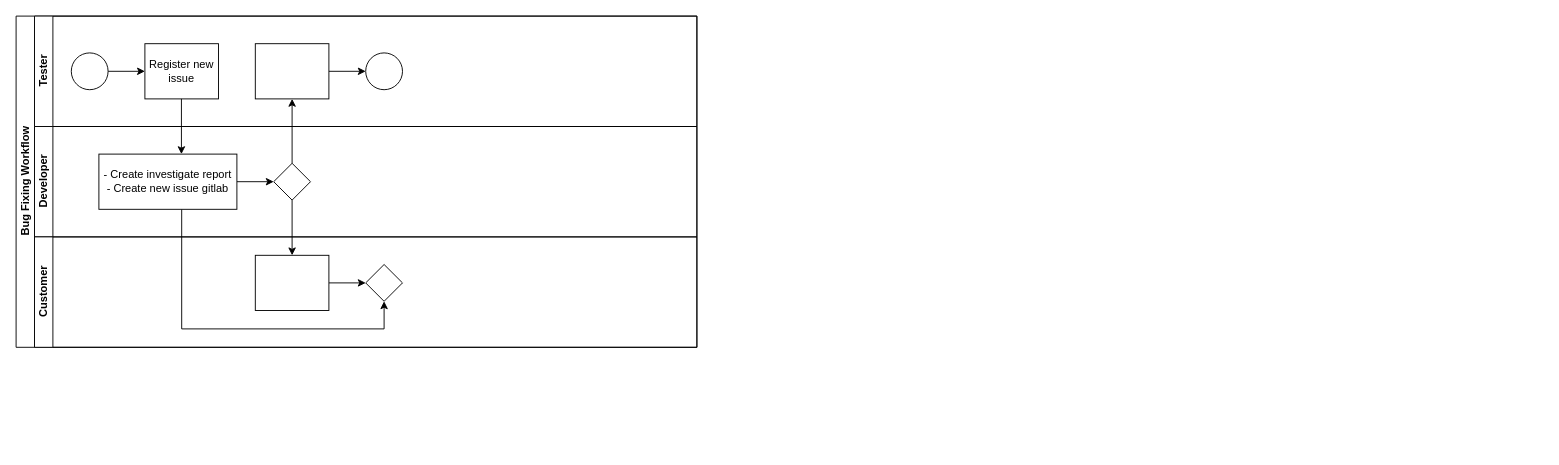
Above: Untitled Diagram.drawio in hueanmy/angularjs-doc (draw.io), before the change. Source tidied: cells renumbered, new cells numbered last; positions are measured from the earlier drawing's top-left corner, leaving out a move shared by most shapes. Both pictures are drawn from the tidied source at 92%, with x=0, y=0 at pixel (16, 16).
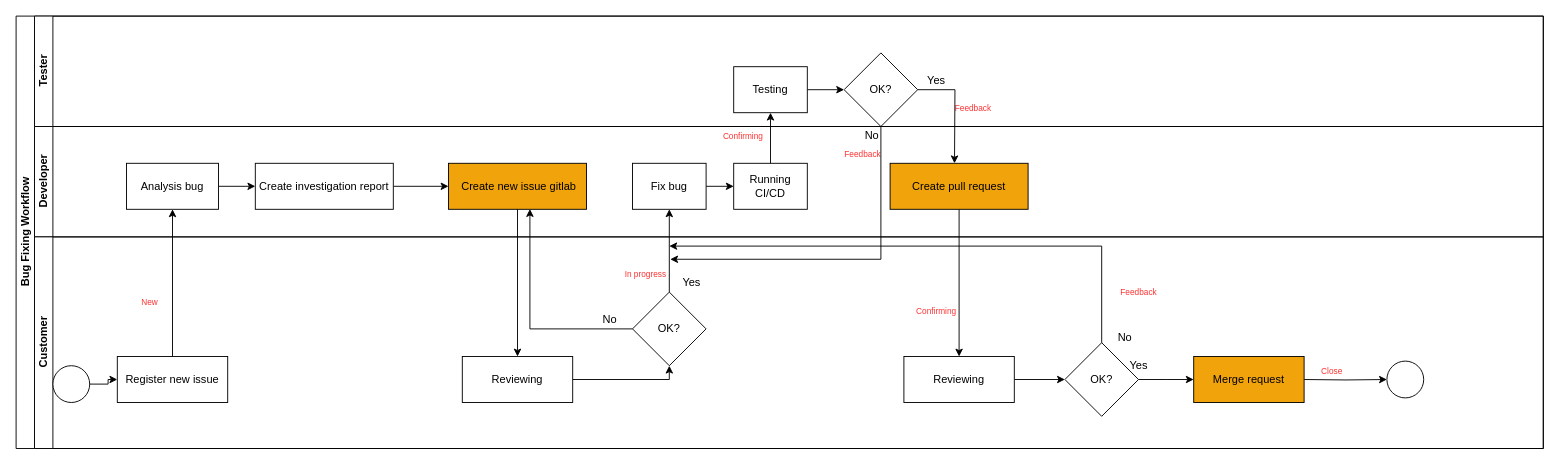
After the change.

Change to the diagram source:
```diff
@@
     <mxCell id="2" value="Bug Fixing Workflow" style="swimlane;html=1;horizontal=0;startSize=20;" parent="1" vertex="1">
-      <mxGeometry width="740" height="360" as="geometry" />
+      <mxGeometry width="1660" height="470" as="geometry" />
     </mxCell>
-    <mxCell id="3" style="edgeStyle=orthogonalEdgeStyle;rounded=0;jettySize=auto;html=1;endArrow=classic;endFill=1;" parent="2" edge="1" source="17" target="11">
-      <mxGeometry relative="1" as="geometry" />
-    </mxCell>
-    <mxCell id="4" style="edgeStyle=orthogonalEdgeStyle;rounded=0;jettySize=auto;html=1;endArrow=classic;endFill=1;" parent="2" edge="1" source="17" target="20">
-      <mxGeometry relative="1" as="geometry" />
-    </mxCell>
-    <mxCell id="5" style="edgeStyle=orthogonalEdgeStyle;rounded=0;jettySize=auto;html=1;endArrow=classic;endFill=1;" parent="2" edge="1" source="16" target="21">
-      <mxGeometry relative="1" as="geometry">
-        <Array as="points">
-          <mxPoint x="180" y="340" />
-          <mxPoint x="400" y="340" />
-        </Array>
-      </mxGeometry>
-    </mxCell>
     <mxCell id="6" value="Tester" style="swimlane;html=1;startSize=20;horizontal=0;" parent="2" vertex="1">
-      <mxGeometry x="20" width="720" height="120" as="geometry" />
+      <mxGeometry x="20" width="1640" height="120" as="geometry" />
     </mxCell>
+    <mxCell id="22" value="OK?" style="rhombus;whiteSpace=wrap;html=1;" parent="6" vertex="1">
+      <mxGeometry x="880" y="40" width="80" height="80" as="geometry" />
+    </mxCell>
+    <mxCell id="23" value="&lt;font style=&quot;font-size: 9px&quot; color=&quot;#ff3333&quot;&gt;Feedback&lt;/font&gt;" style="text;html=1;align=center;verticalAlign=middle;" parent="6" vertex="1">
+      <mxGeometry x="990" y="90" width="60" height="20" as="geometry" />
+    </mxCell>
+    <mxCell id="24" style="edgeStyle=orthogonalEdgeStyle;rounded=0;jettySize=auto;html=1;exitX=1;exitY=0.5;exitDx=0;exitDy=0;entryX=0;entryY=0.5;entryDx=0;entryDy=0;fontColor=#CC6600;" parent="6" edge="1" source="25" target="22">
+      <mxGeometry relative="1" as="geometry" />
+    </mxCell>
+    <mxCell id="25" value="Testing" style="rounded=0;whiteSpace=wrap;html=1;fontFamily=Helvetica;fontSize=12;fontColor=#000000;align=center;" parent="6" vertex="1">
+      <mxGeometry x="760" y="55" width="80" height="50" as="geometry" />
+    </mxCell>
+    <mxCell id="26" style="edgeStyle=orthogonalEdgeStyle;rounded=0;jettySize=auto;html=1;exitX=1;exitY=0.5;exitDx=0;exitDy=0;" parent="2" edge="1" source="22">
+      <mxGeometry relative="1" as="geometry">
+        <mxPoint x="1020" y="160" as="targetPoint" />
+      </mxGeometry>
+    </mxCell>
+    <mxCell id="27" style="edgeStyle=orthogonalEdgeStyle;rounded=0;jettySize=auto;html=1;" parent="2" edge="1" source="35" target="47">
+      <mxGeometry relative="1" as="geometry" />
+    </mxCell>
+    <mxCell id="14" value="Developer" style="swimlane;html=1;startSize=20;horizontal=0;labelBackgroundColor=#ffffff;" parent="2" vertex="1">
+      <mxGeometry x="20" y="120" width="1640" height="120" as="geometry" />
+    </mxCell>
+    <mxCell id="16" value="&amp;nbsp;Create new issue gitlab" style="rounded=0;whiteSpace=wrap;html=1;fontFamily=Helvetica;fontSize=12;fontColor=#000000;align=center;fillColor=#F0A30A;" parent="14" vertex="1">
+      <mxGeometry x="450" y="40" width="150" height="50" as="geometry" />
+    </mxCell>
+    <mxCell id="28" style="edgeStyle=orthogonalEdgeStyle;rounded=0;jettySize=auto;html=1;exitX=1;exitY=0.5;exitDx=0;exitDy=0;entryX=0;entryY=0.5;entryDx=0;entryDy=0;fontColor=#CC6600;" parent="14" edge="1" source="29" target="36">
+      <mxGeometry relative="1" as="geometry" />
+    </mxCell>
+    <mxCell id="29" value="Fix bug" style="rounded=0;whiteSpace=wrap;html=1;fontFamily=Helvetica;fontSize=12;fontColor=#000000;align=center;" parent="14" vertex="1">
+      <mxGeometry x="650" y="40" width="80" height="50" as="geometry" />
+    </mxCell>
+    <mxCell id="30" style="edgeStyle=orthogonalEdgeStyle;rounded=0;jettySize=auto;html=1;exitX=1;exitY=0.5;exitDx=0;exitDy=0;entryX=0;entryY=0.5;entryDx=0;entryDy=0;fontColor=#000000;" parent="14" edge="1" source="31" target="34">
+      <mxGeometry relative="1" as="geometry" />
+    </mxCell>
+    <mxCell id="31" value="Analysis bug" style="rounded=0;whiteSpace=wrap;html=1;fontFamily=Helvetica;fontSize=12;fontColor=#000000;align=center;" parent="14" vertex="1">
+      <mxGeometry x="100" y="40" width="100" height="50" as="geometry" />
+    </mxCell>
+    <mxCell id="32" value="&lt;font style=&quot;font-size: 9px&quot; color=&quot;#ff3333&quot;&gt;Feedback&lt;/font&gt;" style="text;html=1;align=center;verticalAlign=middle;" parent="14" vertex="1">
+      <mxGeometry x="870" y="20" width="60" height="20" as="geometry" />
+    </mxCell>
+    <mxCell id="33" style="edgeStyle=orthogonalEdgeStyle;rounded=0;jettySize=auto;html=1;exitX=1;exitY=0.5;exitDx=0;exitDy=0;fontColor=#000000;" parent="14" edge="1" source="34" target="16">
+      <mxGeometry relative="1" as="geometry" />
+    </mxCell>
+    <mxCell id="34" value="Create investigation report" style="rounded=0;whiteSpace=wrap;html=1;fontFamily=Helvetica;fontSize=12;fontColor=#000000;align=center;" parent="14" vertex="1">
+      <mxGeometry x="240" y="40" width="150" height="50" as="geometry" />
+    </mxCell>
+    <mxCell id="35" value="Create pull request" style="rounded=0;whiteSpace=wrap;html=1;fontFamily=Helvetica;fontSize=12;fontColor=#000000;align=center;fillColor=#F0A30A;" parent="14" vertex="1">
+      <mxGeometry x="930" y="40" width="150" height="50" as="geometry" />
+    </mxCell>
+    <mxCell id="36" value="Running CI/CD" style="rounded=0;whiteSpace=wrap;html=1;fontFamily=Helvetica;fontSize=12;fontColor=#000000;align=center;" parent="14" vertex="1">
+      <mxGeometry x="760" y="40" width="80" height="50" as="geometry" />
+    </mxCell>
+    <mxCell id="37" value="&lt;font style=&quot;font-size: 9px&quot; color=&quot;#ff3333&quot;&gt;Confirming&lt;/font&gt;" style="text;html=1;align=center;verticalAlign=middle;" parent="14" vertex="1">
+      <mxGeometry x="740" width="60" height="20" as="geometry" />
+    </mxCell>
+    <mxCell id="38" style="edgeStyle=orthogonalEdgeStyle;rounded=0;jettySize=auto;html=1;exitX=0.5;exitY=0;exitDx=0;exitDy=0;entryX=0.5;entryY=1;entryDx=0;entryDy=0;" parent="2" edge="1" source="43" target="29">
+      <mxGeometry relative="1" as="geometry" />
+    </mxCell>
+    <mxCell id="39" style="edgeStyle=orthogonalEdgeStyle;rounded=0;jettySize=auto;html=1;exitX=0.5;exitY=1;exitDx=0;exitDy=0;entryX=0.02;entryY=0.714;entryDx=0;entryDy=0;entryPerimeter=0;" parent="2" edge="1" source="22">
+      <mxGeometry relative="1" as="geometry">
+        <mxPoint x="711" y="264.3" as="targetPoint" />
+        <Array as="points">
+          <mxPoint x="940" y="264" />
+        </Array>
+      </mxGeometry>
+    </mxCell>
+    <mxCell id="40" style="edgeStyle=orthogonalEdgeStyle;rounded=0;jettySize=auto;html=1;exitX=0;exitY=0.5;exitDx=0;exitDy=0;entryX=0.59;entryY=0.995;entryDx=0;entryDy=0;entryPerimeter=0;" parent="2" edge="1" source="43" target="16">
+      <mxGeometry relative="1" as="geometry" />
+    </mxCell>
+    <mxCell id="41" style="edgeStyle=orthogonalEdgeStyle;rounded=0;jettySize=auto;html=1;exitX=0.5;exitY=1;exitDx=0;exitDy=0;fontColor=#000000;" parent="2" edge="1" source="16" target="20">
+      <mxGeometry relative="1" as="geometry" />
+    </mxCell>
+    <mxCell id="18" value="Customer" style="swimlane;html=1;startSize=20;horizontal=0;" parent="2" vertex="1">
+      <mxGeometry x="20" y="240" width="1640" height="230" as="geometry" />
+    </mxCell>
+    <mxCell id="42" style="edgeStyle=orthogonalEdgeStyle;rounded=0;jettySize=auto;html=1;exitX=1;exitY=0.5;exitDx=0;exitDy=0;entryX=0.5;entryY=1;entryDx=0;entryDy=0;fontColor=#CC6600;" parent="18" edge="1" source="20" target="43">
+      <mxGeometry relative="1" as="geometry">
+        <Array as="points">
+          <mxPoint x="690" y="155" />
+        </Array>
+      </mxGeometry>
+    </mxCell>
+    <mxCell id="20" value="Reviewing" style="rounded=0;whiteSpace=wrap;html=1;fontFamily=Helvetica;fontSize=12;fontColor=#000000;align=center;" parent="18" vertex="1">
+      <mxGeometry x="465" y="130" width="120" height="50" as="geometry" />
+    </mxCell>
+    <mxCell id="43" value="OK?" style="rhombus;whiteSpace=wrap;html=1;" parent="18" vertex="1">
+      <mxGeometry x="650" y="60" width="80" height="80" as="geometry" />
+    </mxCell>
+    <mxCell id="44" value="Yes" style="text;html=1;align=center;verticalAlign=middle;" parent="18" vertex="1">
+      <mxGeometry x="694" y="40" width="40" height="20" as="geometry" />
+    </mxCell>
+    <mxCell id="45" value="No" style="text;html=1;align=center;verticalAlign=middle;" parent="18" vertex="1">
+      <mxGeometry x="610" y="80" width="30" height="20" as="geometry" />
+    </mxCell>
+    <mxCell id="46" style="edgeStyle=orthogonalEdgeStyle;rounded=0;jettySize=auto;html=1;exitX=1;exitY=0.5;exitDx=0;exitDy=0;entryX=0;entryY=0.5;entryDx=0;entryDy=0;" parent="18" edge="1" source="47" target="49">
+      <mxGeometry relative="1" as="geometry" />
+    </mxCell>
+    <mxCell id="47" value="Reviewing" style="rounded=0;whiteSpace=wrap;html=1;fontFamily=Helvetica;fontSize=12;fontColor=#000000;align=center;" parent="18" vertex="1">
+      <mxGeometry x="945" y="130" width="120" height="50" as="geometry" />
+    </mxCell>
+    <mxCell id="48" style="edgeStyle=orthogonalEdgeStyle;rounded=0;jettySize=auto;html=1;exitX=1;exitY=0.5;exitDx=0;exitDy=0;entryX=0;entryY=0.5;entryDx=0;entryDy=0;" parent="18" edge="1" source="49">
+      <mxGeometry relative="1" as="geometry">
+        <mxPoint x="1260" y="155" as="targetPoint" />
+      </mxGeometry>
+    </mxCell>
+    <mxCell id="49" value="OK?" style="rhombus;whiteSpace=wrap;html=1;" parent="18" vertex="1">
+      <mxGeometry x="1120" y="115" width="80" height="80" as="geometry" />
+    </mxCell>
+    <mxCell id="50" value="Yes" style="text;html=1;align=center;verticalAlign=middle;" parent="18" vertex="1">
+      <mxGeometry x="1180" y="130" width="40" height="20" as="geometry" />
+    </mxCell>
+    <mxCell id="51" value="&lt;font style=&quot;font-size: 9px&quot; color=&quot;#ff3333&quot;&gt;In progress&lt;/font&gt;" style="text;html=1;align=center;verticalAlign=middle;" parent="18" vertex="1">
+      <mxGeometry x="634" y="30" width="60" height="20" as="geometry" />
+    </mxCell>
+    <mxCell id="52" value="&lt;font style=&quot;font-size: 9px&quot; color=&quot;#ff3333&quot;&gt;Close&lt;/font&gt;" style="text;html=1;align=center;verticalAlign=middle;" parent="18" vertex="1">
+      <mxGeometry x="1390" y="135" width="40" height="20" as="geometry" />
+    </mxCell>
+    <mxCell id="9" value="Register new issue" style="rounded=0;whiteSpace=wrap;html=1;fontFamily=Helvetica;fontSize=12;fontColor=#000000;align=center;" parent="18" vertex="1">
+      <mxGeometry x="90" y="130" width="120" height="50" as="geometry" />
+    </mxCell>
+    <mxCell id="8" style="ellipse;whiteSpace=wrap;html=1;" parent="18" vertex="1">
+      <mxGeometry x="20" y="140" width="40" height="40" as="geometry" />
+    </mxCell>
-    <mxCell id="7" style="edgeStyle=orthogonalEdgeStyle;rounded=0;jettySize=auto;html=1;" parent="6" edge="1" source="8" target="9">
+    <mxCell id="7" style="edgeStyle=orthogonalEdgeStyle;rounded=0;jettySize=auto;html=1;" parent="18" edge="1" source="8" target="9">
       <mxGeometry relative="1" as="geometry" />
     </mxCell>
-    <mxCell id="8" style="ellipse;whiteSpace=wrap;html=1;" parent="6" vertex="1">
-      <mxGeometry x="40" y="40" width="40" height="40" as="geometry" />
-    </mxCell>
-    <mxCell id="9" value="Register new issue" style="rounded=0;whiteSpace=wrap;html=1;fontFamily=Helvetica;fontSize=12;fontColor=#000000;align=center;" parent="6" vertex="1">
-      <mxGeometry x="120" y="30" width="80" height="60" as="geometry" />
-    </mxCell>
-    <mxCell id="10" style="edgeStyle=orthogonalEdgeStyle;rounded=0;jettySize=auto;html=1;endArrow=classic;endFill=1;" parent="6" edge="1" source="11" target="12">
-      <mxGeometry relative="1" as="geometry" />
-    </mxCell>
-    <mxCell id="11" style="rounded=0;whiteSpace=wrap;html=1;fontFamily=Helvetica;fontSize=12;fontColor=#000000;align=center;" parent="6" vertex="1">
-      <mxGeometry x="240" y="30" width="80" height="60" as="geometry" />
-    </mxCell>
-    <mxCell id="12" style="ellipse;whiteSpace=wrap;html=1;" parent="6" vertex="1">
-      <mxGeometry x="360" y="40" width="40" height="40" as="geometry" />
-    </mxCell>
-    <mxCell id="13" style="edgeStyle=orthogonalEdgeStyle;rounded=0;orthogonalLoop=1;jettySize=auto;html=1;endArrow=classic;endFill=1;" parent="6" edge="1">
-      <mxGeometry relative="1" as="geometry">
-        <mxPoint x="159.7" y="90" as="sourcePoint" />
-        <mxPoint x="159.7" y="150" as="targetPoint" />
-      </mxGeometry>
-    </mxCell>
-    <mxCell id="14" value="Developer" style="swimlane;html=1;startSize=20;horizontal=0;" parent="2" vertex="1">
-      <mxGeometry x="20" y="120" width="720" height="120" as="geometry" />
-    </mxCell>
-    <mxCell id="15" style="edgeStyle=orthogonalEdgeStyle;rounded=0;jettySize=auto;html=1;endArrow=classic;endFill=1;" parent="14" edge="1" source="16" target="17">
-      <mxGeometry relative="1" as="geometry" />
-    </mxCell>
-    <mxCell id="16" value="- Create investigate report&lt;br&gt;- Create new issue gitlab" style="rounded=0;whiteSpace=wrap;html=1;fontFamily=Helvetica;fontSize=12;fontColor=#000000;align=center;" parent="14" vertex="1">
-      <mxGeometry x="70" y="30" width="150" height="60" as="geometry" />
-    </mxCell>
-    <mxCell id="17" style="rhombus;whiteSpace=wrap;html=1;fontFamily=Helvetica;fontSize=12;fontColor=#000000;align=center;" parent="14" vertex="1">
-      <mxGeometry x="260" y="40" width="40" height="40" as="geometry" />
-    </mxCell>
-    <mxCell id="18" value="Customer" style="swimlane;html=1;startSize=20;horizontal=0;" parent="2" vertex="1">
-      <mxGeometry x="20" y="240" width="720" height="120" as="geometry" />
-    </mxCell>
-    <mxCell id="19" style="edgeStyle=orthogonalEdgeStyle;rounded=0;jettySize=auto;html=1;endArrow=classic;endFill=1;" parent="18" edge="1" source="20" target="21">
-      <mxGeometry relative="1" as="geometry" />
-    </mxCell>
-    <mxCell id="20" style="rounded=0;whiteSpace=wrap;html=1;fontFamily=Helvetica;fontSize=12;fontColor=#000000;align=center;" parent="18" vertex="1">
-      <mxGeometry x="240" y="20" width="80" height="60" as="geometry" />
-    </mxCell>
-    <mxCell id="21" style="rhombus;whiteSpace=wrap;html=1;fontFamily=Helvetica;fontSize=12;fontColor=#000000;align=center;" parent="18" vertex="1">
-      <mxGeometry x="360" y="30" width="40" height="40" as="geometry" />
-    </mxCell>
+    <mxCell id="53" value="&lt;font style=&quot;font-size: 9px&quot; color=&quot;#ff3333&quot;&gt;New&lt;/font&gt;" style="text;html=1;align=center;verticalAlign=middle;" parent="18" vertex="1">
+      <mxGeometry x="110" y="60" width="30" height="20" as="geometry" />
+    </mxCell>
+    <mxCell id="54" value="&lt;font style=&quot;font-size: 9px&quot; color=&quot;#ff3333&quot;&gt;Confirming&lt;/font&gt;" style="text;html=1;align=center;verticalAlign=middle;" parent="18" vertex="1">
+      <mxGeometry x="950" y="70" width="60" height="20" as="geometry" />
+    </mxCell>
+    <mxCell id="55" style="ellipse;whiteSpace=wrap;html=1;" parent="18" vertex="1">
+      <mxGeometry x="1470" y="135" width="40" height="40" as="geometry" />
+    </mxCell>
+    <mxCell id="56" value="&lt;font style=&quot;font-size: 9px&quot; color=&quot;#ff3333&quot;&gt;Feedback&lt;/font&gt;" style="text;html=1;align=center;verticalAlign=middle;" parent="18" vertex="1">
+      <mxGeometry x="1170" y="50" width="60" height="20" as="geometry" />
+    </mxCell>
+    <mxCell id="57" value="No" style="text;html=1;align=center;verticalAlign=middle;" parent="18" vertex="1">
+      <mxGeometry x="1170" y="100" width="30" height="20" as="geometry" />
+    </mxCell>
+    <mxCell id="58" style="edgeStyle=orthogonalEdgeStyle;rounded=0;jettySize=auto;html=1;exitX=1;exitY=0.5;exitDx=0;exitDy=0;entryX=0;entryY=0.5;entryDx=0;entryDy=0;" parent="18" edge="1" target="55">
+      <mxGeometry relative="1" as="geometry">
+        <mxPoint x="1380" y="155" as="sourcePoint" />
+      </mxGeometry>
+    </mxCell>
+    <mxCell id="59" value="Merge request" style="rounded=0;whiteSpace=wrap;html=1;fontFamily=Helvetica;fontSize=12;fontColor=#000000;align=center;fillColor=#F0A30A;" parent="18" vertex="1">
+      <mxGeometry x="1260" y="130" width="120" height="50" as="geometry" />
+    </mxCell>
+    <mxCell id="60" style="edgeStyle=orthogonalEdgeStyle;rounded=0;jettySize=auto;html=1;exitX=0.5;exitY=0;exitDx=0;exitDy=0;fontColor=#CC6600;" parent="2" edge="1" source="36" target="25">
+      <mxGeometry relative="1" as="geometry" />
+    </mxCell>
+    <mxCell id="61" style="edgeStyle=orthogonalEdgeStyle;rounded=0;jettySize=auto;html=1;exitX=0.5;exitY=0;exitDx=0;exitDy=0;entryX=0.5;entryY=1;entryDx=0;entryDy=0;fontColor=#CC6600;" parent="2" edge="1" source="9" target="31">
+      <mxGeometry relative="1" as="geometry" />
+    </mxCell>
+    <mxCell id="62" value="No" style="text;html=1;align=center;verticalAlign=middle;" parent="1" vertex="1">
+      <mxGeometry x="915" y="120" width="30" height="20" as="geometry" />
+    </mxCell>
+    <mxCell id="63" style="edgeStyle=orthogonalEdgeStyle;rounded=0;jettySize=auto;html=1;exitX=0.5;exitY=0;exitDx=0;exitDy=0;" parent="1" edge="1" source="49">
+      <mxGeometry relative="1" as="geometry">
+        <mxPoint x="710" y="250" as="targetPoint" />
+        <Array as="points">
+          <mxPoint x="1180" y="250" />
+        </Array>
+      </mxGeometry>
+    </mxCell>
+    <mxCell id="64" value="Yes" style="text;html=1;align=center;verticalAlign=middle;" parent="1" vertex="1">
+      <mxGeometry x="980" y="60" width="40" height="20" as="geometry" />
+    </mxCell>
```
